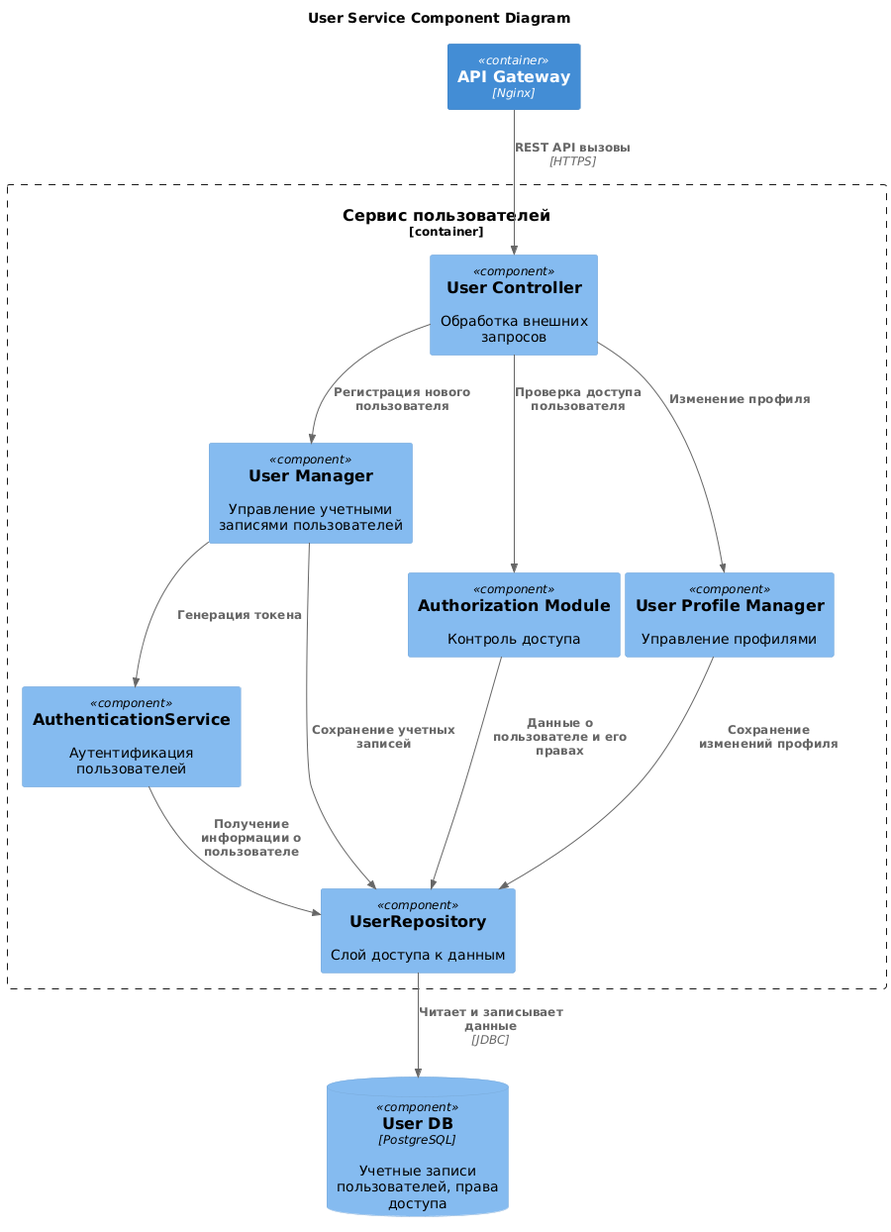
Earlier version of the PlantUML export docs/diagrams/component/user-service.png (ZhurkinAngular/Warmhouse). Source of this version:
```plantuml
@startuml
title User Service Component Diagram

!include https://raw.githubusercontent.com/plantuml-stdlib/C4-PlantUML/master/C4_Component.puml

Container(APIGateway, "API Gateway", "Nginx")

ComponentDb(UserDB, "User DB", "PostgreSQL", "Учетные записи пользователей, права доступа")

Container_Boundary(UserService, "Сервис пользователей") {
    Component(UserController, "User Controller", "", "Обработка внешних запросов")
    Component(UserManager, "User Manager", "", "Управление учетными записями пользователей")
    Component(AuthenticationService, "AuthenticationService", "", "Аутентификация пользователей")
    Component(AuthorizationModule, "Authorization Module", "", "Контроль доступа")
    Component(UserProfileManager, "User Profile Manager", "", "Управление профилями")
    Component(UserRepository, "UserRepository", "", "Слой доступа к данным")
}

Rel(APIGateway, UserController, "REST API вызовы", "HTTPS")

Rel(UserRepository, UserDB, "Читает и записывает данные", "JDBC")

Rel(UserController, UserManager, "Регистрация нового пользователя")
Rel(UserController, AuthorizationModule, "Проверка доступа пользователя")
Rel(UserController, UserProfileManager, "Изменение профиля")

Rel(UserManager, AuthenticationService, "Генерация токена")
Rel(UserManager, UserRepository, "Сохранение учетных записей")

Rel(UserProfileManager, UserRepository, "Сохранение изменений профиля")

Rel(AuthenticationService, UserRepository, "Получение информации о пользователе")

Rel(AuthorizationModule, UserRepository, "Данные о пользователе и его правах")
@enduml
```
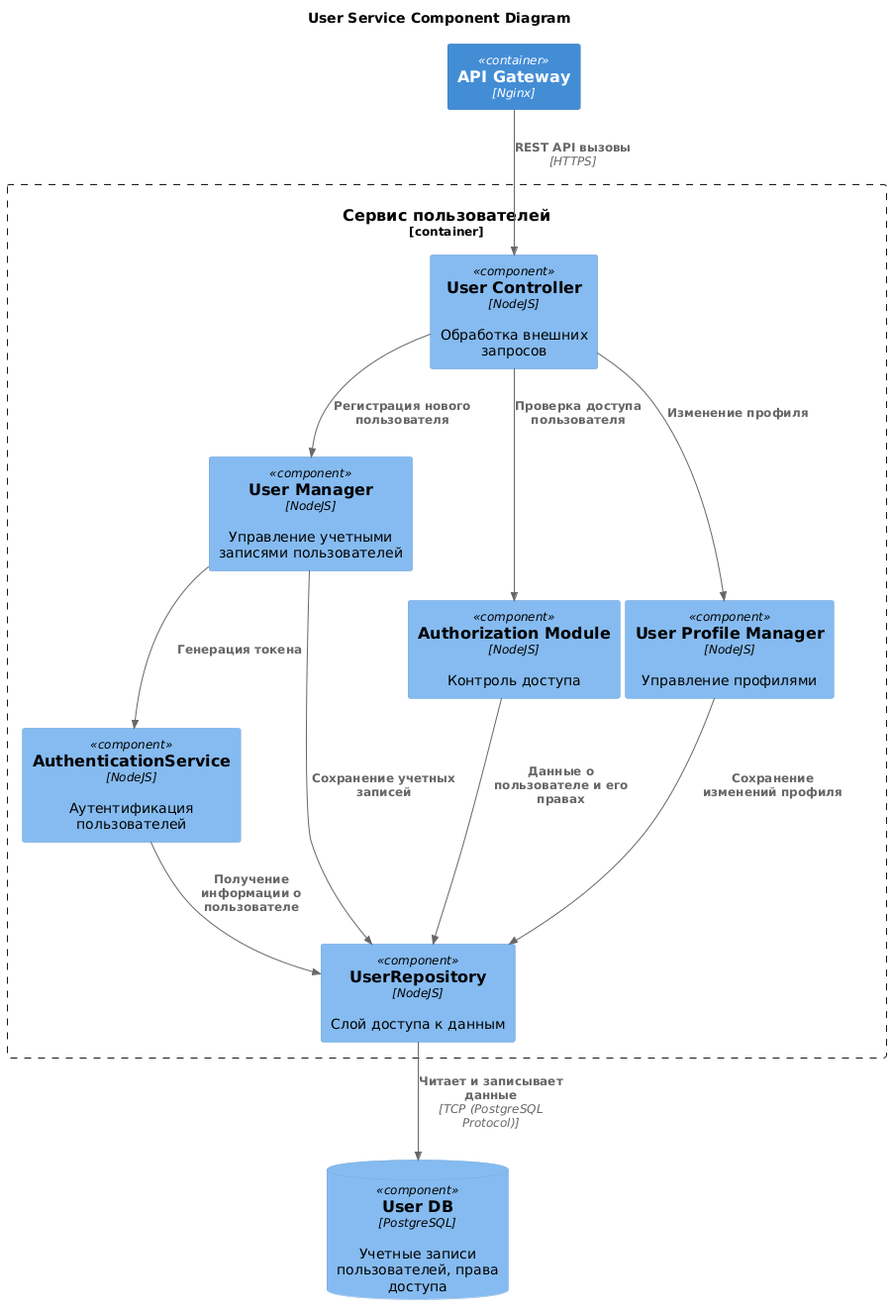
Above is the later version.

Diff of the diagram source:
```diff
@@ -8,17 +8,17 @@
 ComponentDb(UserDB, "User DB", "PostgreSQL", "Учетные записи пользователей, права доступа")
 
 Container_Boundary(UserService, "Сервис пользователей") {
-    Component(UserController, "User Controller", "", "Обработка внешних запросов")
-    Component(UserManager, "User Manager", "", "Управление учетными записями пользователей")
-    Component(AuthenticationService, "AuthenticationService", "", "Аутентификация пользователей")
-    Component(AuthorizationModule, "Authorization Module", "", "Контроль доступа")
-    Component(UserProfileManager, "User Profile Manager", "", "Управление профилями")
-    Component(UserRepository, "UserRepository", "", "Слой доступа к данным")
+    Component(UserController, "User Controller", "NodeJS", "Обработка внешних запросов")
+    Component(UserManager, "User Manager", "NodeJS", "Управление учетными записями пользователей")
+    Component(AuthenticationService, "AuthenticationService", "NodeJS", "Аутентификация пользователей")
+    Component(AuthorizationModule, "Authorization Module", "NodeJS", "Контроль доступа")
+    Component(UserProfileManager, "User Profile Manager", "NodeJS", "Управление профилями")
+    Component(UserRepository, "UserRepository", "NodeJS", "Слой доступа к данным")
 }
 
 Rel(APIGateway, UserController, "REST API вызовы", "HTTPS")
 
-Rel(UserRepository, UserDB, "Читает и записывает данные", "JDBC")
+Rel(UserRepository, UserDB, "Читает и записывает данные", "TCP (PostgreSQL Protocol)")
 
 Rel(UserController, UserManager, "Регистрация нового пользователя")
 Rel(UserController, AuthorizationModule, "Проверка доступа пользователя")
```
